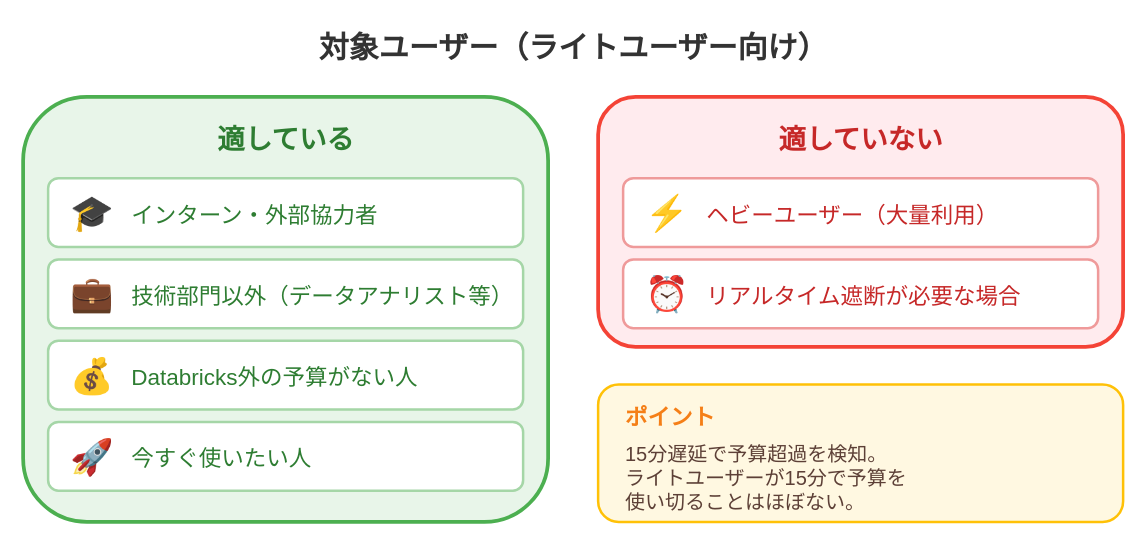
Before: assets/2026-01-27-jedai-ai-gateway/target-users.drawio in i9wa4/i9wa4.github.io, a draw.io diagram. Source tidied: cells renumbered, new cells numbered last; positions are measured from the earlier drawing's top-left corner, leaving out a move shared by most shapes. Both pictures are drawn from the tidied source at 125%, with x=0, y=0 at pixel (22, 21).
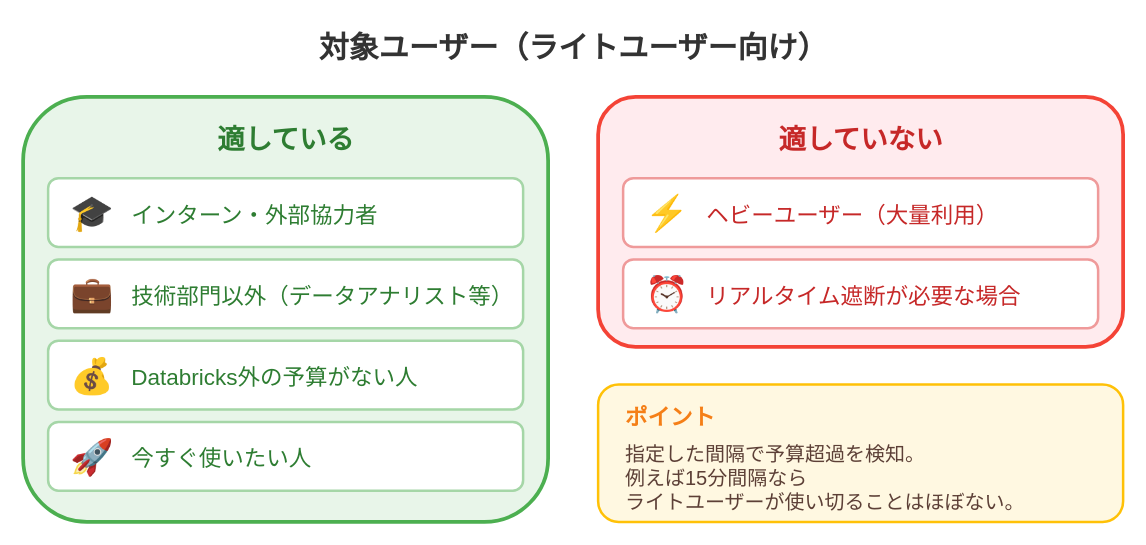
The same diagram, later.

The edit, as a diff of the source:
```diff
@@
-    <mxCell id="27" value="15分遅延で予算超過を検知。&lt;br&gt;ライトユーザーが15分で予算を&lt;br&gt;使い切ることはほぼない。" style="text;html=1;fontSize=16;fontFamily=Noto Sans JP;fontColor=#5D4037;align=left;" parent="1" vertex="1">
+    <mxCell id="27" value="指定した間隔で予算超過を検知。&lt;br&gt;例えば15分間隔なら&lt;br&gt;ライトユーザーが使い切ることはほぼない。" style="text;html=1;fontSize=16;fontFamily=Noto Sans JP;fontColor=#5D4037;align=left;" parent="1" vertex="1">
       <mxGeometry x="480" y="330" width="380" height="60" as="geometry" />
     </mxCell>
```
